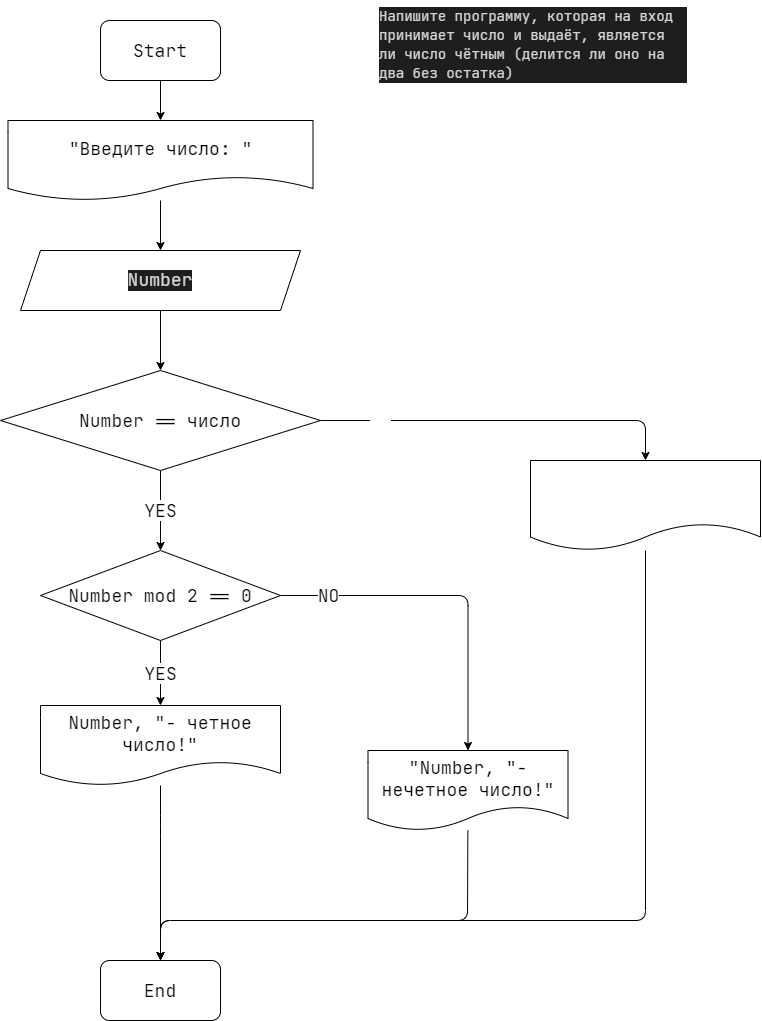
This is seminar1/Task6/Task6.drawio.png from Trofpa/Homework, a draw.io export, as it was before one commit. Source tidied: cells renumbered, new cells last; positions are measured from the earlier drawing's top-left corner, leaving out a move shared by most shapes. Its diagram source:
```xml
<mxGraphModel>
  <root>
    <mxCell id="0" />
    <mxCell id="1" parent="0" />
    <mxCell id="2" value="&lt;div style=&quot;color: rgb(212 , 212 , 212) ; background-color: rgb(30 , 30 , 30) ; font-family: &amp;#34;jetbrains mono&amp;#34; , &amp;#34;jetbrains mono&amp;#34; , monospace , &amp;#34;consolas&amp;#34; , &amp;#34;courier new&amp;#34; , monospace ; font-weight: normal ; font-size: 14px ; line-height: 19px&quot;&gt;Напишите программу, которая на вход принимает число и выдаёт, является ли число чётным (делится ли оно на два без остатка)&lt;br&gt;&lt;/div&gt;" style="text;whiteSpace=wrap;html=1;" parent="1" vertex="1">
      <mxGeometry x="377.5" width="310" height="100" as="geometry" />
    </mxCell>
    <mxCell id="3" style="edgeStyle=none;html=1;fontFamily=JetBrains Mono;fontSize=14;" parent="1" edge="1" source="4" target="8">
      <mxGeometry relative="1" as="geometry" />
    </mxCell>
    <mxCell id="4" value="&lt;font style=&quot;font-size: 18px&quot; face=&quot;JetBrains Mono&quot;&gt;Start&lt;/font&gt;" style="rounded=1;whiteSpace=wrap;html=1;" parent="1" vertex="1">
      <mxGeometry x="100" y="20" width="120" height="60" as="geometry" />
    </mxCell>
    <mxCell id="5" style="edgeStyle=none;html=1;" parent="1" edge="1" source="6" target="19">
      <mxGeometry relative="1" as="geometry" />
    </mxCell>
    <mxCell id="6" value="&lt;div style=&quot;color: rgb(212 , 212 , 212) ; background-color: rgb(30 , 30 , 30) ; line-height: 19px&quot;&gt;&lt;font style=&quot;font-size: 18px&quot;&gt;Number&lt;/font&gt;&lt;/div&gt;" style="shape=parallelogram;perimeter=parallelogramPerimeter;whiteSpace=wrap;html=1;fixedSize=1;fontFamily=JetBrains Mono;fontSize=14;" parent="1" vertex="1">
      <mxGeometry x="20" y="250" width="280" height="60" as="geometry" />
    </mxCell>
    <mxCell id="7" style="edgeStyle=none;html=1;fontFamily=JetBrains Mono;fontSize=14;" parent="1" edge="1" source="8" target="6">
      <mxGeometry relative="1" as="geometry" />
    </mxCell>
    <mxCell id="8" value="&lt;font style=&quot;font-size: 18px&quot;&gt;&quot;Введите число: &quot;&lt;/font&gt;" style="shape=document;whiteSpace=wrap;html=1;boundedLbl=1;fontFamily=JetBrains Mono;fontSize=14;" parent="1" vertex="1">
      <mxGeometry x="7.5" y="120" width="305" height="80" as="geometry" />
    </mxCell>
    <mxCell id="9" value="&lt;font style=&quot;font-size: 18px&quot;&gt;YES&lt;/font&gt;" style="edgeStyle=none;html=1;fontFamily=JetBrains Mono;fontSize=14;" parent="1" edge="1" source="11" target="15">
      <mxGeometry relative="1" as="geometry" />
    </mxCell>
    <mxCell id="10" value="&lt;font style=&quot;font-size: 18px&quot;&gt;NO&lt;/font&gt;" style="edgeStyle=none;html=1;exitX=1;exitY=0.5;exitDx=0;exitDy=0;entryX=0.5;entryY=0;entryDx=0;entryDy=0;fontFamily=JetBrains Mono;fontSize=14;" parent="1" edge="1" source="11" target="13">
      <mxGeometry x="-0.72" relative="1" as="geometry">
        <Array as="points">
          <mxPoint x="467.5" y="595" />
        </Array>
      </mxGeometry>
    </mxCell>
    <mxCell id="11" value="&lt;font style=&quot;font-size: 18px&quot;&gt;Number mod 2 == 0&lt;/font&gt;" style="rhombus;whiteSpace=wrap;html=1;fontFamily=JetBrains Mono;fontSize=14;" parent="1" vertex="1">
      <mxGeometry x="40" y="550" width="240" height="90" as="geometry" />
    </mxCell>
    <mxCell id="12" style="edgeStyle=none;html=1;fontFamily=JetBrains Mono;fontSize=14;entryX=0.5;entryY=0;entryDx=0;entryDy=0;" parent="1" edge="1" source="13" target="16">
      <mxGeometry relative="1" as="geometry">
        <Array as="points">
          <mxPoint x="467" y="920" />
          <mxPoint x="160" y="920" />
        </Array>
      </mxGeometry>
    </mxCell>
    <mxCell id="13" value="&lt;font style=&quot;font-size: 18px&quot;&gt;&lt;span&gt;&quot;&lt;/span&gt;&lt;span&gt;Number, &quot;- нечетное число!&quot;&lt;/span&gt;&lt;/font&gt;" style="shape=document;whiteSpace=wrap;html=1;boundedLbl=1;fontFamily=JetBrains Mono;fontSize=14;" parent="1" vertex="1">
      <mxGeometry x="367.5" y="750" width="200" height="80" as="geometry" />
    </mxCell>
    <mxCell id="14" style="edgeStyle=none;html=1;fontFamily=JetBrains Mono;fontSize=14;entryX=0.5;entryY=0;entryDx=0;entryDy=0;" parent="1" edge="1" source="15" target="16">
      <mxGeometry relative="1" as="geometry">
        <Array as="points">
          <mxPoint x="160" y="825" />
        </Array>
      </mxGeometry>
    </mxCell>
    <mxCell id="15" value="&lt;font style=&quot;font-size: 18px&quot;&gt;Number, &quot;- четное число!&quot;&lt;/font&gt;" style="shape=document;whiteSpace=wrap;html=1;boundedLbl=1;fontFamily=JetBrains Mono;fontSize=14;" parent="1" vertex="1">
      <mxGeometry x="40" y="705" width="240" height="80" as="geometry" />
    </mxCell>
    <mxCell id="16" value="&lt;font style=&quot;font-size: 18px&quot;&gt;End&lt;/font&gt;" style="rounded=1;whiteSpace=wrap;html=1;fontFamily=JetBrains Mono;fontSize=14;" parent="1" vertex="1">
      <mxGeometry x="100" y="960" width="120" height="60" as="geometry" />
    </mxCell>
    <mxCell id="17" value="YES" style="edgeStyle=none;html=1;fontFamily=JetBrains Mono;fontSize=18;" parent="1" edge="1" source="19" target="11">
      <mxGeometry relative="1" as="geometry" />
    </mxCell>
    <mxCell id="18" value="NO" style="edgeStyle=none;html=1;exitX=1;exitY=0.5;exitDx=0;exitDy=0;entryX=0.5;entryY=0;entryDx=0;entryDy=0;fontFamily=JetBrains Mono;fontSize=18;fontColor=#FFFFFF;" parent="1" edge="1" source="19" target="21">
      <mxGeometry x="-0.67" relative="1" as="geometry">
        <Array as="points">
          <mxPoint x="645" y="420" />
        </Array>
      </mxGeometry>
    </mxCell>
    <mxCell id="19" value="&lt;font face=&quot;JetBrains Mono&quot; style=&quot;font-size: 18px&quot;&gt;Number == число&lt;br&gt;&lt;/font&gt;" style="rhombus;whiteSpace=wrap;html=1;" parent="1" vertex="1">
      <mxGeometry y="370" width="320" height="100" as="geometry" />
    </mxCell>
    <mxCell id="20" style="edgeStyle=none;html=1;fontFamily=JetBrains Mono;fontSize=18;fontColor=#FFFFFF;entryX=0.5;entryY=0;entryDx=0;entryDy=0;" parent="1" edge="1" source="21" target="16">
      <mxGeometry relative="1" as="geometry">
        <Array as="points">
          <mxPoint x="645" y="920" />
          <mxPoint x="160" y="920" />
        </Array>
      </mxGeometry>
    </mxCell>
    <mxCell id="21" value="&lt;div style=&quot;line-height: 19px&quot;&gt;&lt;font color=&quot;#ffffff&quot; style=&quot;font-size: 18px&quot;&gt;&quot;Введенный символ не является числом!&quot;&lt;/font&gt;&lt;/div&gt;" style="shape=document;whiteSpace=wrap;html=1;boundedLbl=1;fontFamily=JetBrains Mono;fontSize=14;" parent="1" vertex="1">
      <mxGeometry x="530" y="460" width="230" height="90" as="geometry" />
    </mxCell>
  </root>
</mxGraphModel>
```
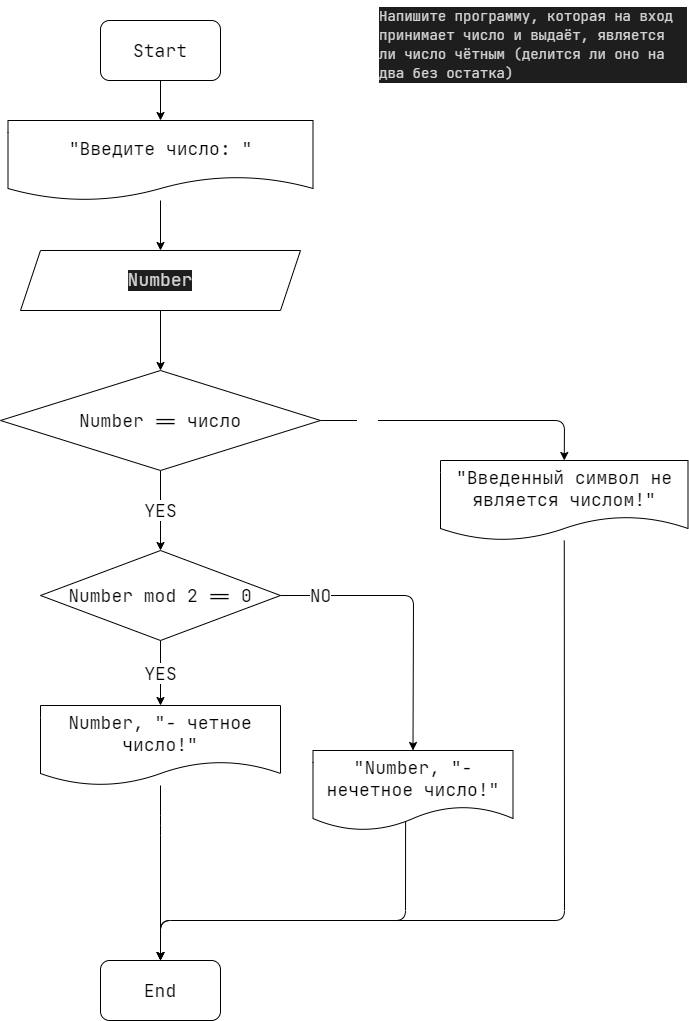
The same file after the commit.

Commit message:
Task6 block diagram updated

The edit, as a diff of the source:
```diff
@@ -29,23 +29,23 @@
     <mxCell id="10" value="&lt;font style=&quot;font-size: 18px&quot;&gt;NO&lt;/font&gt;" style="edgeStyle=none;html=1;exitX=1;exitY=0.5;exitDx=0;exitDy=0;entryX=0.5;entryY=0;entryDx=0;entryDy=0;fontFamily=JetBrains Mono;fontSize=14;" parent="1" edge="1" source="11" target="13">
       <mxGeometry x="-0.72" relative="1" as="geometry">
         <Array as="points">
-          <mxPoint x="467.5" y="595" />
+          <mxPoint x="413" y="595" />
         </Array>
       </mxGeometry>
     </mxCell>
     <mxCell id="11" value="&lt;font style=&quot;font-size: 18px&quot;&gt;Number mod 2 == 0&lt;/font&gt;" style="rhombus;whiteSpace=wrap;html=1;fontFamily=JetBrains Mono;fontSize=14;" parent="1" vertex="1">
       <mxGeometry x="40" y="550" width="240" height="90" as="geometry" />
     </mxCell>
-    <mxCell id="12" style="edgeStyle=none;html=1;fontFamily=JetBrains Mono;fontSize=14;entryX=0.5;entryY=0;entryDx=0;entryDy=0;" parent="1" edge="1" source="13" target="16">
+    <mxCell id="12" style="edgeStyle=none;html=1;fontFamily=JetBrains Mono;fontSize=14;entryX=0.5;entryY=0;entryDx=0;entryDy=0;exitX=0.463;exitY=0.875;exitDx=0;exitDy=0;exitPerimeter=0;" parent="1" edge="1" source="13" target="16">
       <mxGeometry relative="1" as="geometry">
         <Array as="points">
-          <mxPoint x="467" y="920" />
+          <mxPoint x="405" y="920" />
           <mxPoint x="160" y="920" />
         </Array>
       </mxGeometry>
     </mxCell>
     <mxCell id="13" value="&lt;font style=&quot;font-size: 18px&quot;&gt;&lt;span&gt;&quot;&lt;/span&gt;&lt;span&gt;Number, &quot;- нечетное число!&quot;&lt;/span&gt;&lt;/font&gt;" style="shape=document;whiteSpace=wrap;html=1;boundedLbl=1;fontFamily=JetBrains Mono;fontSize=14;" parent="1" vertex="1">
-      <mxGeometry x="367.5" y="750" width="200" height="80" as="geometry" />
+      <mxGeometry x="312.5" y="750" width="200" height="80" as="geometry" />
     </mxCell>
     <mxCell id="14" style="edgeStyle=none;html=1;fontFamily=JetBrains Mono;fontSize=14;entryX=0.5;entryY=0;entryDx=0;entryDy=0;" parent="1" edge="1" source="15" target="16">
       <mxGeometry relative="1" as="geometry">
@@ -66,7 +66,7 @@
     <mxCell id="18" value="NO" style="edgeStyle=none;html=1;exitX=1;exitY=0.5;exitDx=0;exitDy=0;entryX=0.5;entryY=0;entryDx=0;entryDy=0;fontFamily=JetBrains Mono;fontSize=18;fontColor=#FFFFFF;" parent="1" edge="1" source="19" target="21">
       <mxGeometry x="-0.67" relative="1" as="geometry">
         <Array as="points">
-          <mxPoint x="645" y="420" />
+          <mxPoint x="564" y="420" />
         </Array>
       </mxGeometry>
     </mxCell>
@@ -76,13 +76,13 @@
     <mxCell id="20" style="edgeStyle=none;html=1;fontFamily=JetBrains Mono;fontSize=18;fontColor=#FFFFFF;entryX=0.5;entryY=0;entryDx=0;entryDy=0;" parent="1" edge="1" source="21" target="16">
       <mxGeometry relative="1" as="geometry">
         <Array as="points">
-          <mxPoint x="645" y="920" />
+          <mxPoint x="564" y="920" />
           <mxPoint x="160" y="920" />
         </Array>
       </mxGeometry>
     </mxCell>
-    <mxCell id="21" value="&lt;div style=&quot;line-height: 19px&quot;&gt;&lt;font color=&quot;#ffffff&quot; style=&quot;font-size: 18px&quot;&gt;&quot;Введенный символ не является числом!&quot;&lt;/font&gt;&lt;/div&gt;" style="shape=document;whiteSpace=wrap;html=1;boundedLbl=1;fontFamily=JetBrains Mono;fontSize=14;" parent="1" vertex="1">
-      <mxGeometry x="530" y="460" width="230" height="90" as="geometry" />
+    <mxCell id="21" value="&lt;font style=&quot;font-size: 18px&quot; face=&quot;JetBrains Mono&quot;&gt;&quot;Введенный символ не является числом!&quot;&lt;/font&gt;" style="shape=document;whiteSpace=wrap;html=1;boundedLbl=1;" parent="1" vertex="1">
+      <mxGeometry x="440" y="460" width="247.5" height="80" as="geometry" />
     </mxCell>
   </root>
 </mxGraphModel>
```
